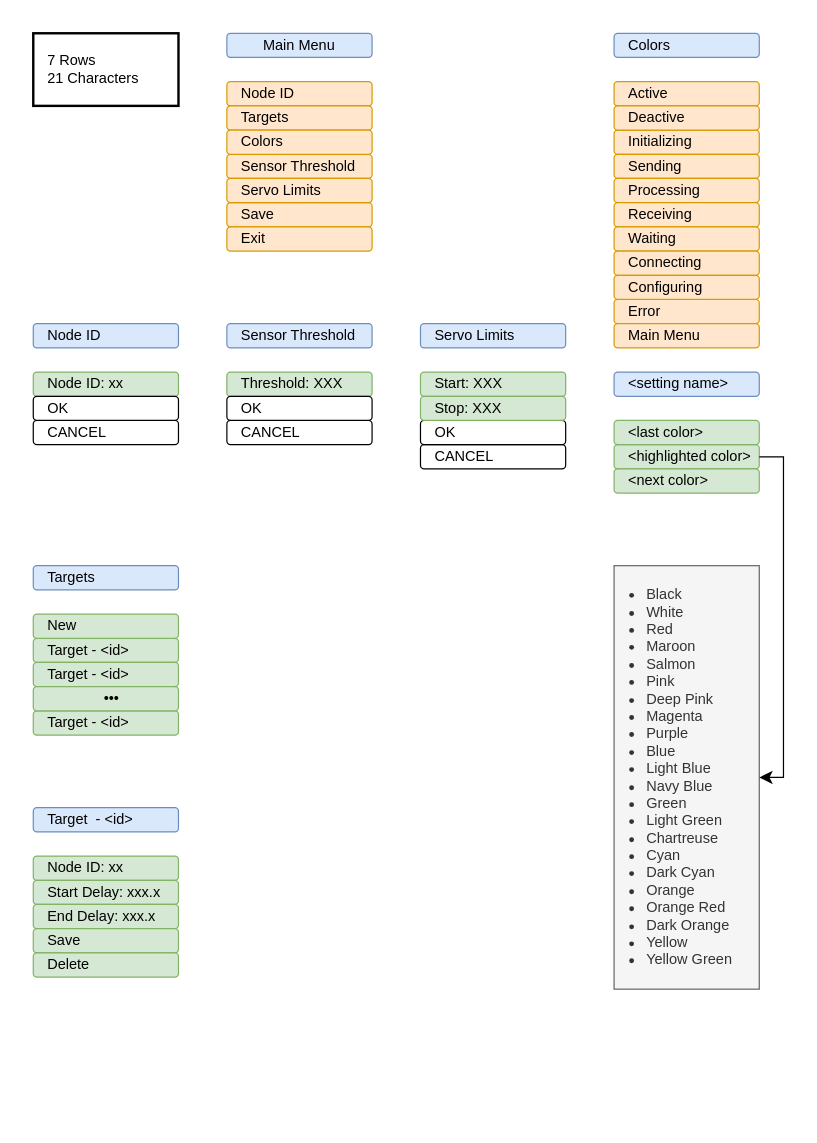
The draw.io diagram page "Menus" (5 of 7) of Design/aquarius-sw-design.drawio in cyberreefguru/Aquarius, before the edit. Source tidied: cells renumbered, new cells numbered last; positions are measured from the earlier drawing's top-left corner, leaving out a move shared by most shapes. Both pictures are drawn from the tidied source at 121%, with x=0, y=0 at pixel (33, 33).
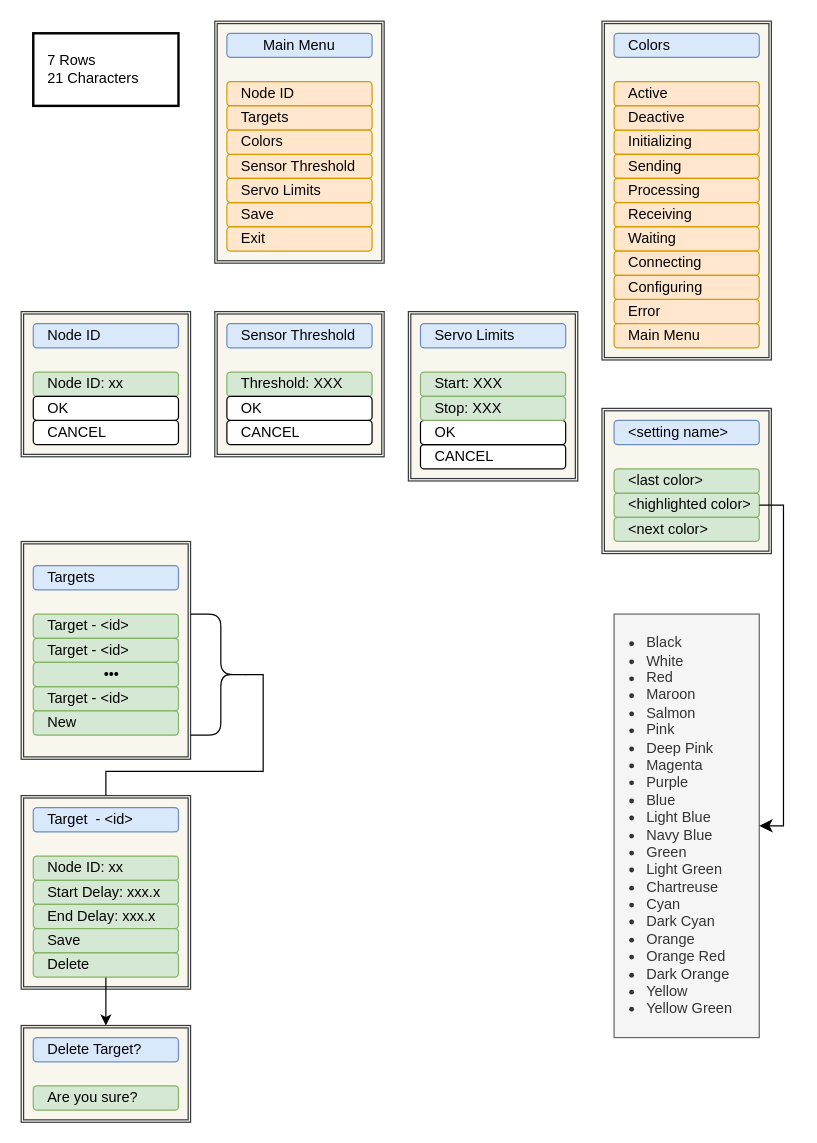
The same page after the edit.

The change refers to these unchanged cells:
```xml
<mxCell id="53" value="Delete" style="rounded=1;whiteSpace=wrap;html=1;align=left;spacingLeft=10;fillColor=#d5e8d4;strokeColor=#82b366;" parent="1" vertex="1">
  <mxGeometry y="760" width="120" height="20" as="geometry" />
</mxCell>
```

What changed in the source:
```diff
@@
+    <mxCell id="54" style="shape=ext;double=1;whiteSpace=wrap;html=1;fillColor=#f9f7ed;strokeColor=#36393d;" parent="1" vertex="1">
+      <mxGeometry x="-10" y="820" width="140" height="80" as="geometry" />
+    </mxCell>
+    <mxCell id="55" style="shape=ext;double=1;whiteSpace=wrap;html=1;fillColor=#f9f7ed;strokeColor=#36393d;" parent="1" vertex="1">
+      <mxGeometry x="-10" y="630" width="140" height="160" as="geometry" />
+    </mxCell>
+    <mxCell id="56" style="shape=ext;double=1;whiteSpace=wrap;html=1;fillColor=#f9f7ed;strokeColor=#36393d;" parent="1" vertex="1">
+      <mxGeometry x="-10" y="230" width="140" height="120" as="geometry" />
+    </mxCell>
+    <mxCell id="57" style="shape=ext;double=1;whiteSpace=wrap;html=1;fillColor=#f9f7ed;strokeColor=#36393d;" parent="1" vertex="1">
+      <mxGeometry x="150" y="230" width="140" height="120" as="geometry" />
+    </mxCell>
+    <mxCell id="58" style="shape=ext;double=1;whiteSpace=wrap;html=1;fillColor=#f9f7ed;strokeColor=#36393d;" parent="1" vertex="1">
+      <mxGeometry x="310" y="230" width="140" height="140" as="geometry" />
+    </mxCell>
+    <mxCell id="59" style="shape=ext;double=1;whiteSpace=wrap;html=1;fillColor=#f9f7ed;strokeColor=#36393d;" parent="1" vertex="1">
+      <mxGeometry x="470" y="310" width="140" height="120" as="geometry" />
+    </mxCell>
+    <mxCell id="60" style="shape=ext;double=1;whiteSpace=wrap;html=1;fillColor=#f9f7ed;strokeColor=#36393d;" parent="1" vertex="1">
+      <mxGeometry x="470" y="-10" width="140" height="280" as="geometry" />
+    </mxCell>
+    <mxCell id="61" style="shape=ext;double=1;whiteSpace=wrap;html=1;fillColor=#f9f7ed;strokeColor=#36393d;" parent="1" vertex="1">
+      <mxGeometry x="150" y="-10" width="140" height="200" as="geometry" />
+    </mxCell>
+    <mxCell id="62" style="shape=ext;double=1;whiteSpace=wrap;html=1;fillColor=#f9f7ed;strokeColor=#36393d;" parent="1" vertex="1">
+      <mxGeometry x="-10" y="420" width="140" height="180" as="geometry" />
+    </mxCell>
@@
     <mxCell id="36" value="&amp;lt;setting name&amp;gt;" style="rounded=1;whiteSpace=wrap;html=1;align=left;spacingLeft=10;fillColor=#dae8fc;strokeColor=#6c8ebf;" parent="1" vertex="1">
-      <mxGeometry x="480" y="280" width="120" height="20" as="geometry" />
+      <mxGeometry x="480" y="320" width="120" height="20" as="geometry" />
     </mxCell>
     <mxCell id="37" value="&amp;lt;highlighted color&amp;gt;" style="rounded=1;whiteSpace=wrap;html=1;align=left;spacingLeft=10;fillColor=#d5e8d4;strokeColor=#82b366;" parent="1" vertex="1">
-      <mxGeometry x="480" y="340" width="120" height="20" as="geometry" />
+      <mxGeometry x="480" y="380" width="120" height="20" as="geometry" />
     </mxCell>
     <mxCell id="38" value="&lt;ul&gt;&lt;li&gt;Black&lt;/li&gt;&lt;li&gt;White&lt;/li&gt;&lt;li&gt;Red&lt;/li&gt;&lt;li&gt;Maroon&lt;/li&gt;&lt;li&gt;Salmon&lt;/li&gt;&lt;li style=&quot;border-color: var(--border-color);&quot;&gt;&lt;span style=&quot;background-color: initial;&quot;&gt;Pink&lt;/span&gt;&lt;br&gt;&lt;/li&gt;&lt;li style=&quot;border-color: var(--border-color);&quot;&gt;&lt;span style=&quot;background-color: initial;&quot;&gt;Deep Pink&lt;/span&gt;&lt;/li&gt;&lt;li style=&quot;border-color: var(--border-color);&quot;&gt;&lt;span style=&quot;background-color: initial;&quot;&gt;Magenta&lt;/span&gt;&lt;br&gt;&lt;/li&gt;&lt;li style=&quot;border-color: var(--border-color);&quot;&gt;Purple&lt;br style=&quot;border-color: var(--border-color);&quot;&gt;&lt;/li&gt;&lt;li style=&quot;border-color: var(--border-color);&quot;&gt;&lt;span style=&quot;background-color: initial;&quot;&gt;Blue&lt;/span&gt;&lt;br&gt;&lt;/li&gt;&lt;li style=&quot;border-color: var(--border-color);&quot;&gt;&lt;span style=&quot;background-color: initial;&quot;&gt;Light Blue&lt;/span&gt;&lt;/li&gt;&lt;li style=&quot;border-color: var(--border-color);&quot;&gt;&lt;span style=&quot;background-color: initial;&quot;&gt;Navy Blue&lt;/span&gt;&lt;/li&gt;&lt;li&gt;Green&lt;/li&gt;&lt;li&gt;Light Green&lt;/li&gt;&lt;li&gt;Chartreuse&lt;br&gt;&lt;/li&gt;&lt;li&gt;Cyan&lt;/li&gt;&lt;li&gt;Dark Cyan&lt;/li&gt;&lt;li&gt;Orange&lt;/li&gt;&lt;li&gt;Orange Red&lt;/li&gt;&lt;li&gt;Dark Orange&lt;/li&gt;&lt;li&gt;Yellow&lt;/li&gt;&lt;li&gt;Yellow Green&lt;/li&gt;&lt;/ul&gt;" style="text;html=1;whiteSpace=wrap;verticalAlign=middle;overflow=hidden;align=left;spacingLeft=-15;fillColor=#f5f5f5;fontColor=#333333;strokeColor=#666666;" parent="1" vertex="1">
-      <mxGeometry x="480" y="440" width="120" height="350" as="geometry" />
+      <mxGeometry x="480" y="480" width="120" height="350" as="geometry" />
     </mxCell>
     <mxCell id="39" style="edgeStyle=orthogonalEdgeStyle;elbow=horizontal;endArrow=classic;html=1;rounded=0;endSize=8;startSize=8;exitX=1;exitY=0.5;exitDx=0;exitDy=0;entryX=1;entryY=0.5;entryDx=0;entryDy=0;" parent="1" edge="1" source="37" target="38">
       <mxGeometry relative="1" as="geometry">
         <Array as="points">
-          <mxPoint x="620" y="350" />
-          <mxPoint x="620" y="615" />
+          <mxPoint x="620" y="390" />
+          <mxPoint x="620" y="655" />
         </Array>
       </mxGeometry>
     </mxCell>
     <mxCell id="40" value="&amp;lt;last color&amp;gt;" style="rounded=1;whiteSpace=wrap;html=1;align=left;spacingLeft=10;fillColor=#d5e8d4;strokeColor=#82b366;" parent="1" vertex="1">
-      <mxGeometry x="480" y="320" width="120" height="20" as="geometry" />
+      <mxGeometry x="480" y="360" width="120" height="20" as="geometry" />
     </mxCell>
     <mxCell id="41" value="&amp;lt;next color&amp;gt;" style="rounded=1;whiteSpace=wrap;html=1;align=left;spacingLeft=10;fillColor=#d5e8d4;strokeColor=#82b366;" parent="1" vertex="1">
-      <mxGeometry x="480" y="360" width="120" height="20" as="geometry" />
+      <mxGeometry x="480" y="400" width="120" height="20" as="geometry" />
     </mxCell>
@@
     <mxCell id="43" value="Target - &amp;lt;id&amp;gt;" style="rounded=1;whiteSpace=wrap;html=1;align=left;spacingLeft=10;fillColor=#d5e8d4;strokeColor=#82b366;" parent="1" vertex="1">
-      <mxGeometry y="500" width="120" height="20" as="geometry" />
+      <mxGeometry y="480" width="120" height="20" as="geometry" />
     </mxCell>
     <mxCell id="44" value="Target - &amp;lt;id&amp;gt;" style="rounded=1;whiteSpace=wrap;html=1;align=left;spacingLeft=10;fillColor=#d5e8d4;strokeColor=#82b366;" parent="1" vertex="1">
-      <mxGeometry y="520" width="120" height="20" as="geometry" />
+      <mxGeometry y="500" width="120" height="20" as="geometry" />
     </mxCell>
     <mxCell id="45" value="Target -&amp;nbsp;&amp;lt;id&amp;gt;" style="rounded=1;whiteSpace=wrap;html=1;align=left;spacingLeft=10;fillColor=#d5e8d4;strokeColor=#82b366;" parent="1" vertex="1">
-      <mxGeometry y="560" width="120" height="20" as="geometry" />
+      <mxGeometry y="540" width="120" height="20" as="geometry" />
     </mxCell>
@@
     <mxCell id="47" value="New" style="rounded=1;whiteSpace=wrap;html=1;align=left;spacingLeft=10;fillColor=#d5e8d4;strokeColor=#82b366;" parent="1" vertex="1">
-      <mxGeometry y="480" width="120" height="20" as="geometry" />
+      <mxGeometry y="560" width="120" height="20" as="geometry" />
     </mxCell>
     <mxCell id="48" value="•••" style="rounded=1;whiteSpace=wrap;html=1;align=center;spacingLeft=10;fillColor=#d5e8d4;strokeColor=#82b366;" parent="1" vertex="1">
-      <mxGeometry y="540" width="120" height="20" as="geometry" />
+      <mxGeometry y="520" width="120" height="20" as="geometry" />
     </mxCell>
@@
+    <mxCell id="63" style="edgeStyle=orthogonalEdgeStyle;rounded=0;jettySize=auto;html=1;entryX=0.5;entryY=0;entryDx=0;entryDy=0;" parent="1" edge="1" source="53" target="54">
+      <mxGeometry relative="1" as="geometry" />
+    </mxCell>
@@
+    <mxCell id="64" value="Delete Target?" style="rounded=1;whiteSpace=wrap;html=1;align=left;spacingLeft=10;fillColor=#dae8fc;strokeColor=#6c8ebf;" parent="1" vertex="1">
+      <mxGeometry y="830" width="120" height="20" as="geometry" />
+    </mxCell>
+    <mxCell id="65" value="Are you sure?" style="rounded=1;whiteSpace=wrap;html=1;align=left;spacingLeft=10;fillColor=#d5e8d4;strokeColor=#82b366;" parent="1" vertex="1">
+      <mxGeometry y="870" width="120" height="20" as="geometry" />
+    </mxCell>
+    <mxCell id="66" style="shape=curlyBracket;whiteSpace=wrap;html=1;rounded=1;flipH=1;labelPosition=right;verticalLabelPosition=middle;align=left;verticalAlign=middle;" parent="1" vertex="1">
+      <mxGeometry x="130" y="480" width="50" height="100" as="geometry" />
+    </mxCell>
+    <mxCell id="67" style="endArrow=none;html=1;rounded=0;exitX=0.1;exitY=0.5;exitDx=0;exitDy=0;exitPerimeter=0;entryX=0.5;entryY=0;entryDx=0;entryDy=0;edgeStyle=orthogonalEdgeStyle;" parent="1" edge="1" source="66" target="55">
+      <mxGeometry relative="1" as="geometry">
+        <Array as="points">
+          <mxPoint x="190" y="530" />
+          <mxPoint x="190" y="610" />
+          <mxPoint x="60" y="610" />
+        </Array>
+      </mxGeometry>
+    </mxCell>
```
